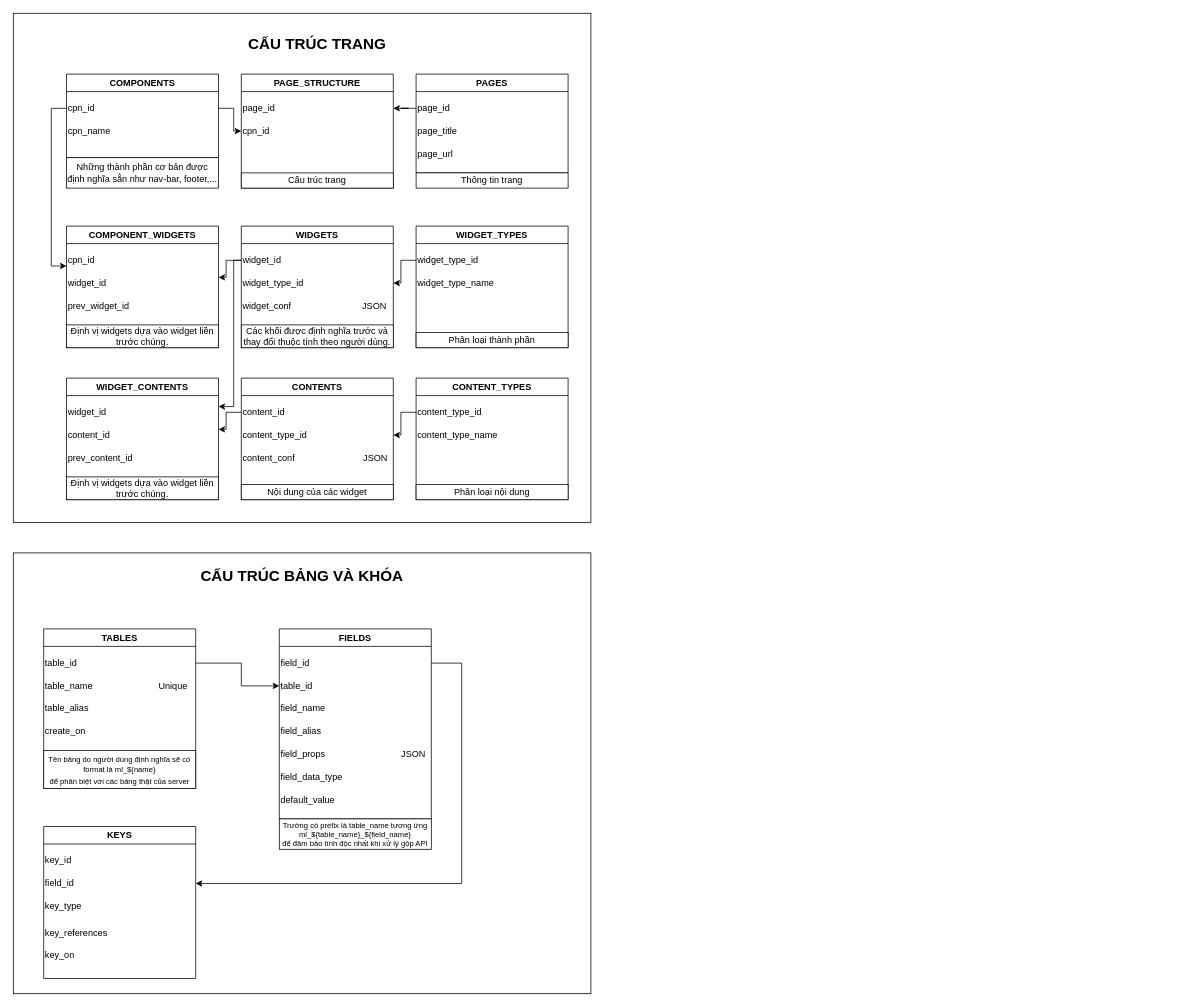
The draw.io diagram CoreData.drawio in dbdev2912/khong_dc_khau_nghiep, before the edit. Source tidied: cells renumbered, new cells numbered last; positions are measured from the earlier drawing's top-left corner, leaving out a move shared by most shapes. Both pictures are drawn from the tidied source at 76%, with x=0, y=0 at pixel (13, 13).
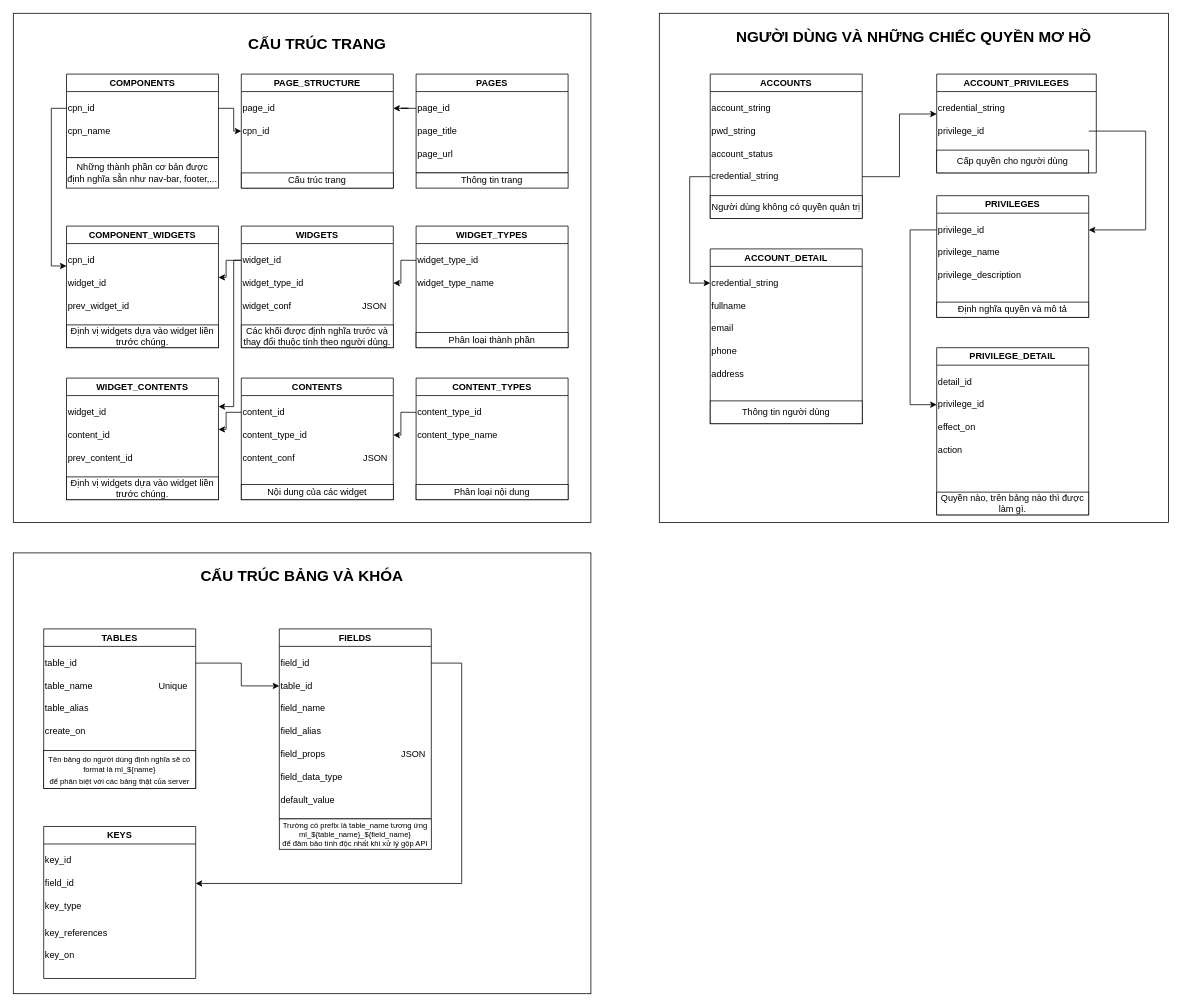
The same diagram, later.

Commit message (it also covers changes not shown here):
Cập nhật CoreData.drawio

Diff of the diagram source:
```diff
@@
+    <mxCell id="78" style="rounded=0;whiteSpace=wrap;html=1;fontSize=12;" parent="1" vertex="1">
+      <mxGeometry x="850" width="670" height="670" as="geometry" />
+    </mxCell>
@@
+    <mxCell id="79" value="ACCOUNTS" style="swimlane;whiteSpace=wrap;html=1;fontSize=12;" parent="1" vertex="1">
+      <mxGeometry x="917" y="80" width="200" height="190" as="geometry" />
+    </mxCell>
+    <mxCell id="80" value="account_string" style="text;html=1;strokeColor=none;fillColor=none;align=left;verticalAlign=middle;whiteSpace=wrap;rounded=0;fontSize=12;" parent="79" vertex="1">
+      <mxGeometry y="30" width="200" height="30" as="geometry" />
+    </mxCell>
+    <mxCell id="81" value="pwd_string" style="text;html=1;strokeColor=none;fillColor=none;align=left;verticalAlign=middle;whiteSpace=wrap;rounded=0;fontSize=12;" parent="79" vertex="1">
+      <mxGeometry y="60" width="200" height="30" as="geometry" />
+    </mxCell>
+    <mxCell id="82" value="account_status" style="text;html=1;strokeColor=none;fillColor=none;align=left;verticalAlign=middle;whiteSpace=wrap;rounded=0;fontSize=12;" parent="79" vertex="1">
+      <mxGeometry y="90" width="200" height="30" as="geometry" />
+    </mxCell>
+    <mxCell id="83" value="credential_string" style="text;html=1;strokeColor=none;fillColor=none;align=left;verticalAlign=middle;whiteSpace=wrap;rounded=0;fontSize=12;" parent="79" vertex="1">
+      <mxGeometry y="120" width="200" height="30" as="geometry" />
+    </mxCell>
+    <mxCell id="84" value="Người dùng không có quyền quản trị" style="rounded=0;whiteSpace=wrap;html=1;fontSize=12;" parent="79" vertex="1">
+      <mxGeometry y="160" width="200" height="30" as="geometry" />
+    </mxCell>
+    <mxCell id="85" value="PRIVILEGES" style="swimlane;whiteSpace=wrap;html=1;fontSize=12;" parent="1" vertex="1">
+      <mxGeometry x="1215" y="240" width="200" height="160" as="geometry" />
+    </mxCell>
+    <mxCell id="86" value="privilege_id" style="text;html=1;strokeColor=none;fillColor=none;align=left;verticalAlign=middle;whiteSpace=wrap;rounded=0;fontSize=12;" parent="85" vertex="1">
+      <mxGeometry y="30" width="200" height="30" as="geometry" />
+    </mxCell>
+    <mxCell id="87" value="privilege_name" style="text;html=1;strokeColor=none;fillColor=none;align=left;verticalAlign=middle;whiteSpace=wrap;rounded=0;fontSize=12;" parent="85" vertex="1">
+      <mxGeometry y="60" width="200" height="30" as="geometry" />
+    </mxCell>
+    <mxCell id="88" value="privilege_description" style="text;html=1;strokeColor=none;fillColor=none;align=left;verticalAlign=middle;whiteSpace=wrap;rounded=0;fontSize=12;" parent="85" vertex="1">
+      <mxGeometry y="90" width="200" height="30" as="geometry" />
+    </mxCell>
+    <mxCell id="89" value="Định nghĩa quyền và mô tả" style="rounded=0;whiteSpace=wrap;html=1;fontSize=12;" parent="85" vertex="1">
+      <mxGeometry y="140" width="200" height="20" as="geometry" />
+    </mxCell>
+    <mxCell id="90" value="PRIVILEGE_DETAIL" style="swimlane;whiteSpace=wrap;html=1;fontSize=12;" parent="1" vertex="1">
+      <mxGeometry x="1215" y="440" width="200" height="220" as="geometry" />
+    </mxCell>
+    <mxCell id="91" value="privilege_id" style="text;html=1;strokeColor=none;fillColor=none;align=left;verticalAlign=middle;whiteSpace=wrap;rounded=0;fontSize=12;" parent="90" vertex="1">
+      <mxGeometry y="60" width="200" height="30" as="geometry" />
+    </mxCell>
+    <mxCell id="92" value="effect_on" style="text;html=1;strokeColor=none;fillColor=none;align=left;verticalAlign=middle;whiteSpace=wrap;rounded=0;fontSize=12;" parent="90" vertex="1">
+      <mxGeometry y="90" width="200" height="30" as="geometry" />
+    </mxCell>
+    <mxCell id="93" value="action" style="text;html=1;strokeColor=none;fillColor=none;align=left;verticalAlign=middle;whiteSpace=wrap;rounded=0;fontSize=12;" parent="90" vertex="1">
+      <mxGeometry y="120" width="200" height="30" as="geometry" />
+    </mxCell>
+    <mxCell id="94" value="Quyền nào, trên bảng nào thì được làm gì." style="rounded=0;whiteSpace=wrap;html=1;fontSize=12;" parent="90" vertex="1">
+      <mxGeometry y="190" width="200" height="30" as="geometry" />
+    </mxCell>
+    <mxCell id="95" value="detail_id" style="text;html=1;strokeColor=none;fillColor=none;align=left;verticalAlign=middle;whiteSpace=wrap;rounded=0;fontSize=12;" parent="90" vertex="1">
+      <mxGeometry y="30" width="200" height="30" as="geometry" />
+    </mxCell>
+    <mxCell id="96" value="ACCOUNT_PRIVILEGES" style="swimlane;whiteSpace=wrap;html=1;fontSize=12;" parent="1" vertex="1">
+      <mxGeometry x="1215" y="80" width="210" height="130" as="geometry" />
+    </mxCell>
+    <mxCell id="97" value="credential_string" style="text;html=1;strokeColor=none;fillColor=none;align=left;verticalAlign=middle;whiteSpace=wrap;rounded=0;fontSize=12;" parent="96" vertex="1">
+      <mxGeometry y="30" width="200" height="30" as="geometry" />
+    </mxCell>
+    <mxCell id="98" value="privilege_id" style="text;html=1;strokeColor=none;fillColor=none;align=left;verticalAlign=middle;whiteSpace=wrap;rounded=0;fontSize=12;" parent="96" vertex="1">
+      <mxGeometry y="60" width="200" height="30" as="geometry" />
+    </mxCell>
+    <mxCell id="99" value="Cấp quyền cho người dùng" style="rounded=0;whiteSpace=wrap;html=1;fontSize=12;" parent="96" vertex="1">
+      <mxGeometry y="100" width="200" height="30" as="geometry" />
+    </mxCell>
+    <mxCell id="100" style="edgeStyle=orthogonalEdgeStyle;rounded=0;jettySize=auto;html=1;entryX=0;entryY=0.75;entryDx=0;entryDy=0;fontSize=12;" parent="1" edge="1" source="83" target="97">
+      <mxGeometry relative="1" as="geometry" />
+    </mxCell>
+    <mxCell id="101" style="edgeStyle=orthogonalEdgeStyle;rounded=0;jettySize=auto;html=1;entryX=1;entryY=0.5;entryDx=0;entryDy=0;fontSize=12;" parent="1" edge="1" source="98" target="86">
+      <mxGeometry relative="1" as="geometry">
+        <Array as="points">
+          <mxPoint x="1490" y="155" />
+          <mxPoint x="1490" y="285" />
+        </Array>
+      </mxGeometry>
+    </mxCell>
+    <mxCell id="102" value="ACCOUNT_DETAIL" style="swimlane;whiteSpace=wrap;html=1;fontSize=12;" parent="1" vertex="1">
+      <mxGeometry x="917" y="310" width="200" height="230" as="geometry" />
+    </mxCell>
+    <mxCell id="103" value="credential_string" style="text;html=1;strokeColor=none;fillColor=none;align=left;verticalAlign=middle;whiteSpace=wrap;rounded=0;fontSize=12;" parent="102" vertex="1">
+      <mxGeometry y="30" width="200" height="30" as="geometry" />
+    </mxCell>
+    <mxCell id="104" value="email" style="text;html=1;strokeColor=none;fillColor=none;align=left;verticalAlign=middle;whiteSpace=wrap;rounded=0;fontSize=12;" parent="102" vertex="1">
+      <mxGeometry y="90" width="200" height="30" as="geometry" />
+    </mxCell>
+    <mxCell id="105" value="phone" style="text;html=1;strokeColor=none;fillColor=none;align=left;verticalAlign=middle;whiteSpace=wrap;rounded=0;fontSize=12;" parent="102" vertex="1">
+      <mxGeometry y="120" width="200" height="30" as="geometry" />
+    </mxCell>
+    <mxCell id="106" value="address" style="text;html=1;strokeColor=none;fillColor=none;align=left;verticalAlign=middle;whiteSpace=wrap;rounded=0;fontSize=12;" parent="102" vertex="1">
+      <mxGeometry y="150" width="200" height="30" as="geometry" />
+    </mxCell>
+    <mxCell id="107" value="Thông tin người dùng" style="rounded=0;whiteSpace=wrap;html=1;fontSize=12;" parent="102" vertex="1">
+      <mxGeometry y="200" width="200" height="30" as="geometry" />
+    </mxCell>
+    <mxCell id="108" value="fullname" style="text;html=1;strokeColor=none;fillColor=none;align=left;verticalAlign=middle;whiteSpace=wrap;rounded=0;fontSize=12;" parent="102" vertex="1">
+      <mxGeometry y="60" width="200" height="30" as="geometry" />
+    </mxCell>
+    <mxCell id="109" style="edgeStyle=orthogonalEdgeStyle;rounded=0;jettySize=auto;html=1;entryX=0;entryY=0.5;entryDx=0;entryDy=0;fontSize=12;" parent="1" edge="1" source="83" target="103">
+      <mxGeometry relative="1" as="geometry">
+        <Array as="points">
+          <mxPoint x="890" y="215" />
+          <mxPoint x="890" y="355" />
+        </Array>
+      </mxGeometry>
+    </mxCell>
+    <mxCell id="110" style="edgeStyle=orthogonalEdgeStyle;rounded=0;jettySize=auto;html=1;entryX=0;entryY=0.5;entryDx=0;entryDy=0;fontSize=12;" parent="1" edge="1" source="86" target="91">
+      <mxGeometry relative="1" as="geometry">
+        <Array as="points">
+          <mxPoint x="1180" y="285" />
+          <mxPoint x="1180" y="515" />
+        </Array>
+      </mxGeometry>
+    </mxCell>
+    <mxCell id="111" value="&lt;b&gt;&lt;font style=&quot;font-size: 20px;&quot;&gt;NGƯỜI DÙNG VÀ NHỮNG CHIẾC QUYỀN MƠ HỒ&lt;/font&gt;&lt;/b&gt;" style="text;html=1;strokeColor=none;fillColor=none;align=center;verticalAlign=middle;whiteSpace=wrap;rounded=0;" parent="1" vertex="1">
+      <mxGeometry x="850" width="670" height="60" as="geometry" />
+    </mxCell>
```
